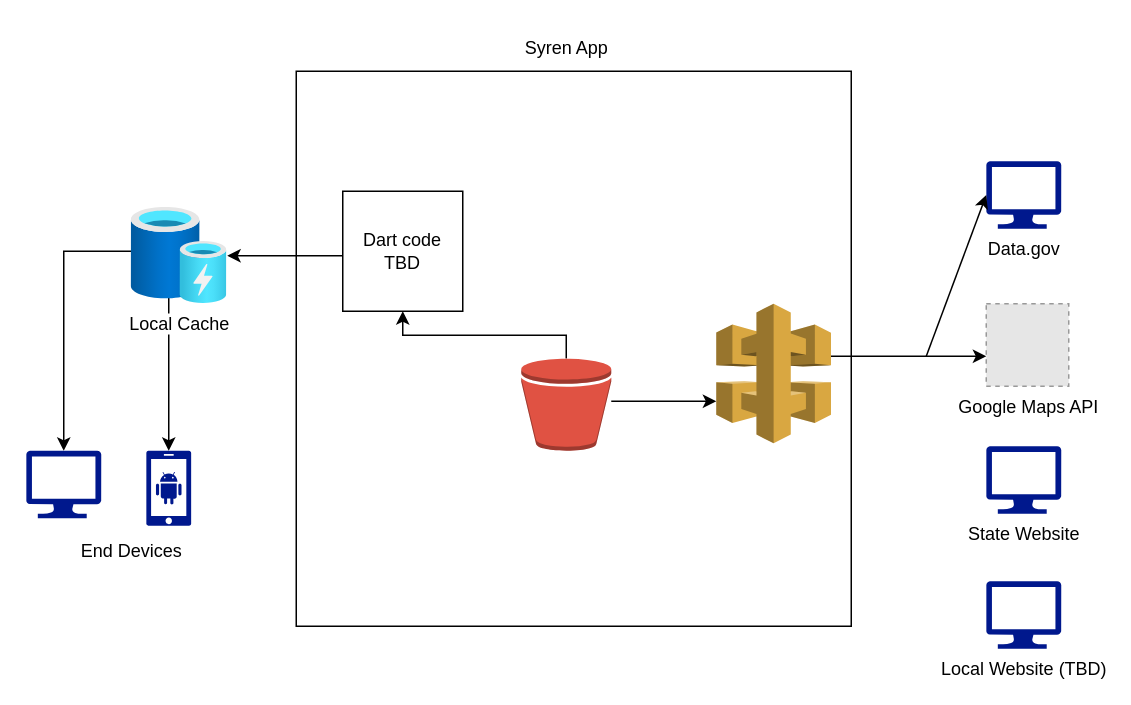
gabriellestein/Syren-Backend keeps this draw.io diagram as Untitled Diagram.drawio. Above is the earlier version. Source tidied: cells renumbered, new cells numbered last; positions are measured from the earlier drawing's top-left corner, leaving out a move shared by most shapes. Both pictures are drawn from the tidied source at 150%, with x=0, y=0 at pixel (26, 26). Pictures stored in the file or linked from it are replaced by grey dashed boxes.
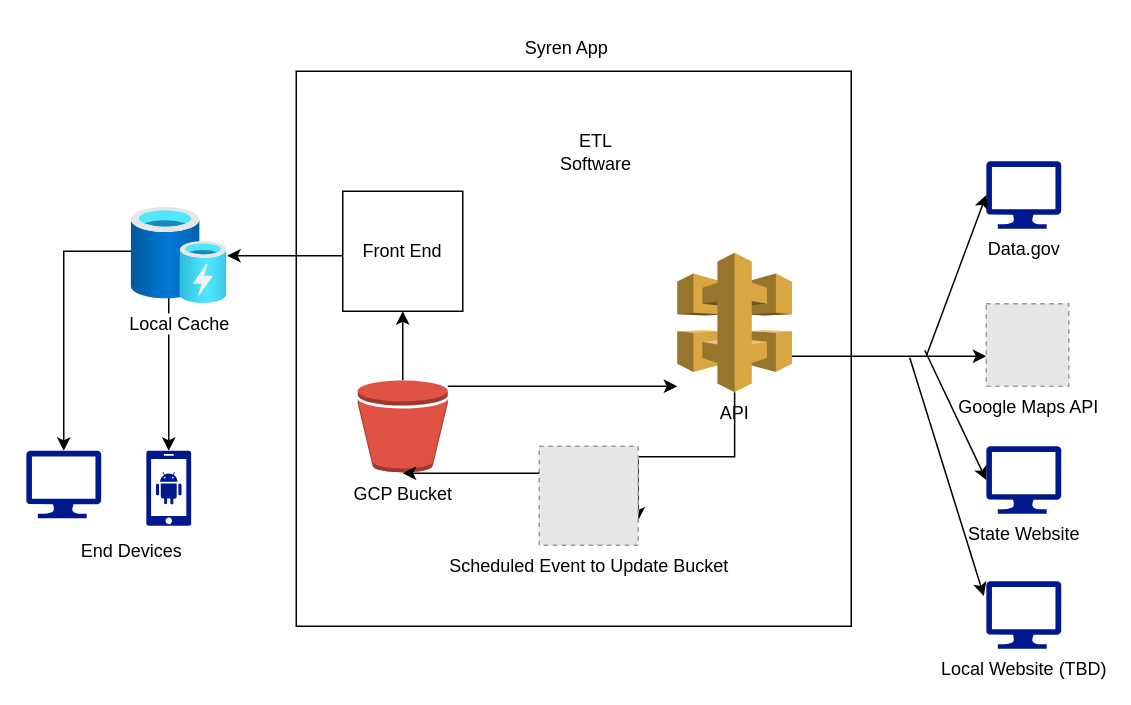
Above is the later version.

Commit message:
Backend Architecture

The change refers to these unchanged cells:
```xml
<mxCell id="16" value="State Website" style="sketch=0;shadow=0;dashed=0;html=1;strokeColor=none;labelPosition=center;verticalLabelPosition=bottom;verticalAlign=top;align=center;fillColor=#00188D;shape=mxgraph.azure.computer;" parent="1" vertex="1">
  <mxGeometry x="640" y="280" width="50" height="45" as="geometry" />
</mxCell>
<mxCell id="18" value="Local Website (TBD)" style="sketch=0;shadow=0;dashed=0;html=1;strokeColor=none;labelPosition=center;verticalLabelPosition=bottom;verticalAlign=top;align=center;fillColor=#00188D;shape=mxgraph.azure.computer;" parent="1" vertex="1">
  <mxGeometry x="640" y="370" width="50" height="45" as="geometry" />
</mxCell>
```

Change to the diagram source:
```diff
@@
-    <mxCell id="6" value="Dart code&lt;br&gt;TBD" style="whiteSpace=wrap;html=1;" parent="1" vertex="1">
+    <mxCell id="6" value="Front End" style="whiteSpace=wrap;html=1;" parent="1" vertex="1">
       <mxGeometry x="211" y="110" width="80" height="80" as="geometry" />
     </mxCell>
@@
-    <mxCell id="12" style="outlineConnect=0;dashed=0;verticalLabelPosition=bottom;verticalAlign=top;align=center;html=1;shape=mxgraph.aws3.bucket;fillColor=#E05243;gradientColor=none;" parent="1" vertex="1">
-      <mxGeometry x="330" y="221.5" width="60" height="61.5" as="geometry" />
+    <mxCell id="12" value="GCP Bucket" style="outlineConnect=0;dashed=0;verticalLabelPosition=bottom;verticalAlign=top;align=center;html=1;shape=mxgraph.aws3.bucket;fillColor=#E05243;gradientColor=none;" parent="1" vertex="1">
+      <mxGeometry x="221" y="236" width="60" height="61.5" as="geometry" />
     </mxCell>
@@
+    <mxCell id="22" style="edgeStyle=elbowEdgeStyle;rounded=0;jettySize=auto;elbow=vertical;html=1;entryX=1;entryY=0.75;entryDx=0;entryDy=0;" parent="1" edge="1" source="14" target="23">
+      <mxGeometry relative="1" as="geometry" />
+    </mxCell>
-    <mxCell id="14" style="outlineConnect=0;dashed=0;verticalLabelPosition=bottom;verticalAlign=top;align=center;html=1;shape=mxgraph.aws3.api_gateway;fillColor=#D9A741;gradientColor=none;" parent="1" vertex="1">
-      <mxGeometry x="460" y="185" width="76.5" height="93" as="geometry" />
+    <mxCell id="14" value="API" style="outlineConnect=0;dashed=0;verticalLabelPosition=bottom;verticalAlign=top;align=center;html=1;shape=mxgraph.aws3.api_gateway;fillColor=#D9A741;gradientColor=none;" parent="1" vertex="1">
+      <mxGeometry x="434" y="151" width="76.5" height="93" as="geometry" />
     </mxCell>
@@
+    <mxCell id="23" value="Scheduled Event to Update Bucket" style="fillColor=#E6E6E6;strokeColor=#999999;dashed=1;html=1;verticalAlign=top;verticalLabelPosition=bottom;labelBackgroundColor=#ffffff;" parent="1" vertex="1">
+      <mxGeometry x="342" y="280" width="66" height="66" as="geometry" />
+    </mxCell>
+    <mxCell id="24" style="edgeStyle=elbowEdgeStyle;rounded=0;jettySize=auto;elbow=vertical;html=1;entryX=0.5;entryY=1;entryDx=0;entryDy=0;entryPerimeter=0;" parent="1" edge="1" source="23" target="12">
+      <mxGeometry relative="1" as="geometry" />
+    </mxCell>
+    <mxCell id="25" value="ETL Software" style="text;html=1;strokeColor=none;fillColor=none;align=center;verticalAlign=middle;whiteSpace=wrap;rounded=0;" parent="1" vertex="1">
+      <mxGeometry x="350" y="69" width="60" height="30" as="geometry" />
+    </mxCell>
+    <mxCell id="26" style="endArrow=classic;html=1;rounded=0;elbow=vertical;entryX=0;entryY=0.5;entryDx=0;entryDy=0;entryPerimeter=0;" parent="1" edge="1" target="16">
+      <mxGeometry relative="1" as="geometry">
+        <mxPoint x="599" y="216" as="sourcePoint" />
+      </mxGeometry>
+    </mxCell>
+    <mxCell id="27" style="endArrow=classic;html=1;rounded=0;elbow=vertical;entryX=-0.032;entryY=0.218;entryDx=0;entryDy=0;entryPerimeter=0;" parent="1" edge="1" target="18">
+      <mxGeometry relative="1" as="geometry">
+        <mxPoint x="589" y="221" as="sourcePoint" />
+      </mxGeometry>
+    </mxCell>
```
